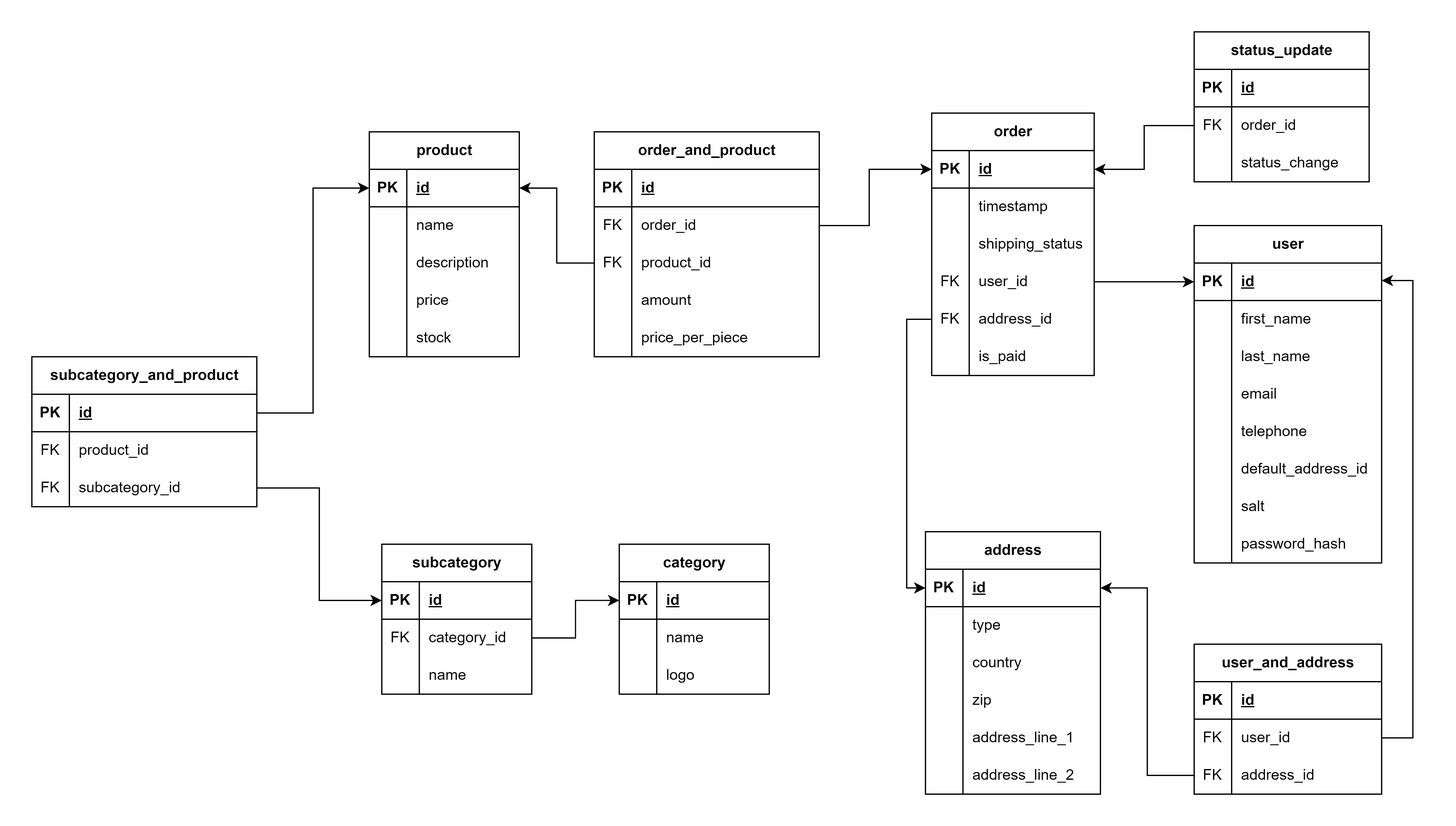
shekelboi/EcommerceDatabase keeps this draw.io diagram as Documentation/Ecommerce ER.png. Above is the earlier version. Source tidied: cells renumbered, new cells last; positions are measured from the earlier drawing's top-left corner, leaving out a move shared by most shapes.
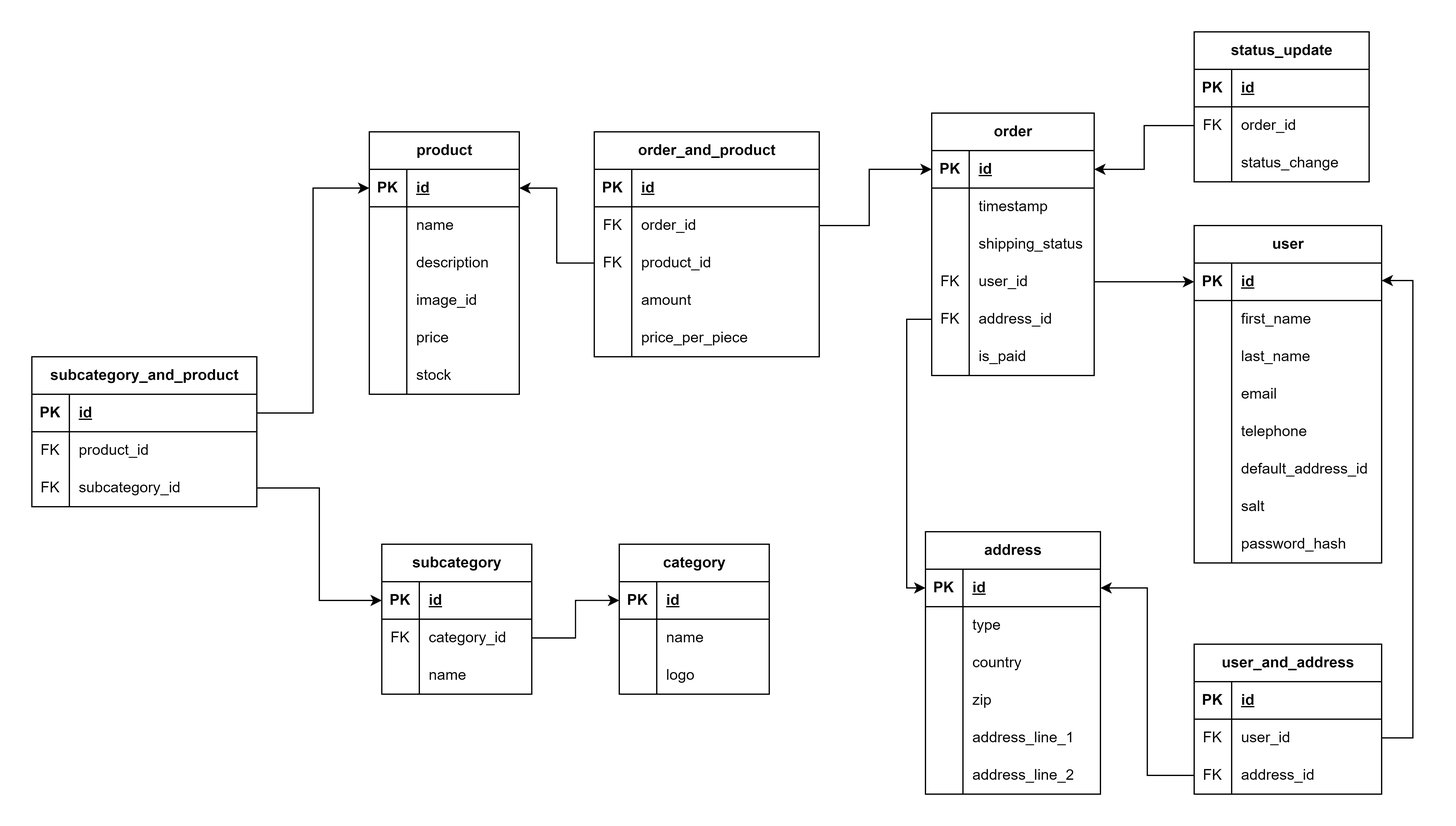
After the change.

Commit message:
Added image_id to the product table

What changed in the source:
```diff
@@ -96,7 +96,7 @@
       <mxGeometry x="30" width="150" height="30" as="geometry" />
     </mxCell>
     <mxCell id="33" value="product" style="shape=table;startSize=30;rowLines=0;fontStyle=1;align=center;html=1;" parent="1" vertex="1">
-      <mxGeometry x="270" y="80" width="120" height="180" as="geometry" />
+      <mxGeometry x="270" y="80" width="120" height="210" as="geometry" />
     </mxCell>
     <mxCell id="34" style="shape=tableRow;horizontal=0;startSize=0;swimlaneHead=0;swimlaneBody=0;fillColor=none;points=[[0,0.5],[1,0.5]];portConstraint=eastwest;top=0;left=0;right=0;bottom=1;" parent="33" vertex="1">
       <mxGeometry y="30" width="120" height="30" as="geometry" />
@@ -131,7 +131,7 @@
     <mxCell id="44" style="shape=partialRectangle;fillColor=none;top=0;left=0;bottom=0;right=0;overflow=hidden;whiteSpace=wrap;html=1;" parent="43" vertex="1">
       <mxGeometry width="30" height="30" as="geometry" />
     </mxCell>
-    <mxCell id="45" value="price" style="shape=partialRectangle;fillColor=none;top=0;left=0;bottom=0;right=0;align=left;spacingLeft=6;overflow=hidden;whiteSpace=wrap;html=1;" parent="43" vertex="1">
+    <mxCell id="45" value="image_id" style="shape=partialRectangle;fillColor=none;top=0;left=0;bottom=0;right=0;align=left;spacingLeft=6;overflow=hidden;whiteSpace=wrap;html=1;" parent="43" vertex="1">
       <mxGeometry x="30" width="90" height="30" as="geometry" />
     </mxCell>
     <mxCell id="46" style="shape=tableRow;horizontal=0;startSize=0;swimlaneHead=0;swimlaneBody=0;fillColor=none;top=0;left=0;right=0;bottom=0;" parent="33" vertex="1">
@@ -140,9 +140,18 @@
     <mxCell id="47" style="shape=partialRectangle;fillColor=none;top=0;left=0;bottom=0;right=0;overflow=hidden;whiteSpace=wrap;html=1;" parent="46" vertex="1">
       <mxGeometry width="30" height="30" as="geometry" />
     </mxCell>
-    <mxCell id="48" value="stock" style="shape=partialRectangle;fillColor=none;top=0;left=0;bottom=0;right=0;align=left;spacingLeft=6;overflow=hidden;whiteSpace=wrap;html=1;" parent="46" vertex="1">
+    <mxCell id="48" value="price" style="shape=partialRectangle;fillColor=none;top=0;left=0;bottom=0;right=0;align=left;spacingLeft=6;overflow=hidden;whiteSpace=wrap;html=1;" parent="46" vertex="1">
       <mxGeometry x="30" width="90" height="30" as="geometry" />
     </mxCell>
+    <mxCell id="157" style="shape=tableRow;horizontal=0;startSize=0;swimlaneHead=0;swimlaneBody=0;fillColor=none;top=0;left=0;right=0;bottom=0;" parent="33" vertex="1">
+      <mxGeometry y="180" width="120" height="30" as="geometry" />
+    </mxCell>
+    <mxCell id="158" style="shape=partialRectangle;fillColor=none;top=0;left=0;bottom=0;right=0;overflow=hidden;whiteSpace=wrap;html=1;" parent="157" vertex="1">
+      <mxGeometry width="30" height="30" as="geometry" />
+    </mxCell>
+    <mxCell id="159" value="stock" style="shape=partialRectangle;fillColor=none;top=0;left=0;bottom=0;right=0;align=left;spacingLeft=6;overflow=hidden;whiteSpace=wrap;html=1;" parent="157" vertex="1">
+      <mxGeometry x="30" width="90" height="30" as="geometry" />
+    </mxCell>
     <mxCell id="49" style="edgeStyle=orthogonalEdgeStyle;rounded=0;jettySize=auto;html=1;" parent="1" edge="1" source="30" target="3">
       <mxGeometry relative="1" as="geometry" />
     </mxCell>
```
